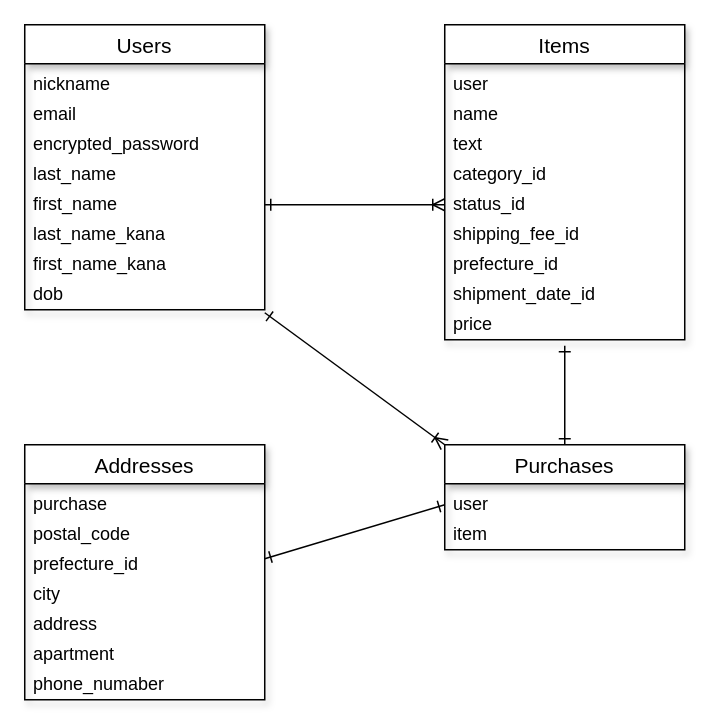
KR-117/furima-38268 keeps this draw.io diagram as furima-38268.dio. Above is the earlier version. Source tidied: cells renumbered, new cells numbered last; positions are measured from the earlier drawing's top-left corner, leaving out a move shared by most shapes. Both pictures are drawn from the tidied source at 150%, with x=0, y=0 at pixel (24, 24).
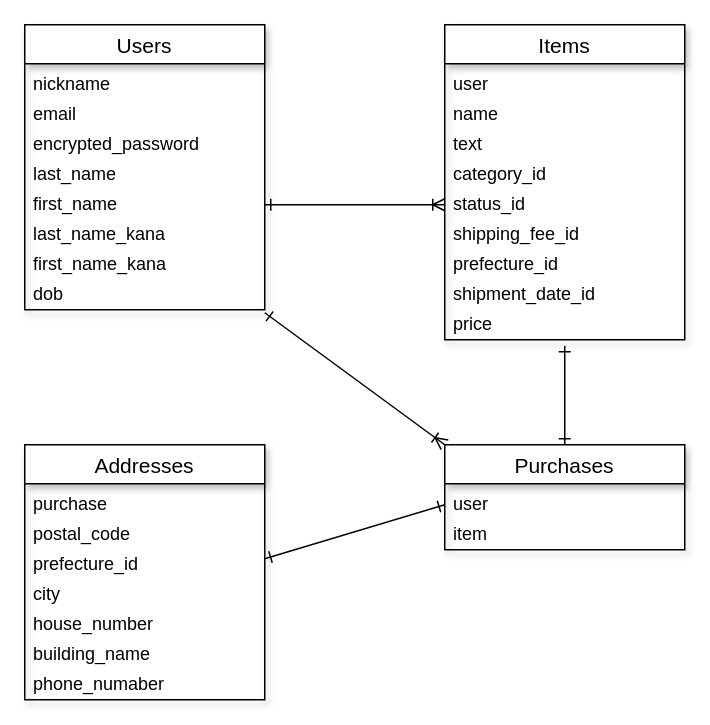
The same diagram, later.

The change refers to these unchanged cells:
```xml
<mxCell id="22" value="Addresses" style="swimlane;fontStyle=0;horizontal=1;startSize=26;align=center;fontSize=14;shadow=1;fillColor=default;" parent="1" vertex="1">
  <mxGeometry y="280" width="160" height="170" as="geometry" />
</mxCell>
```

Change to the diagram source:
```diff
@@
-    <mxCell id="27" value="address" style="text;strokeColor=none;fillColor=none;spacingLeft=4;spacingRight=4;overflow=hidden;fontSize=12;shadow=1;" parent="22" vertex="1">
+    <mxCell id="27" value="house_number" style="text;strokeColor=none;fillColor=none;spacingLeft=4;spacingRight=4;overflow=hidden;fontSize=12;shadow=1;" parent="22" vertex="1">
       <mxGeometry y="106" width="160" height="20" as="geometry" />
     </mxCell>
-    <mxCell id="28" value="apartment" style="text;strokeColor=none;fillColor=none;spacingLeft=4;spacingRight=4;overflow=hidden;fontSize=12;shadow=1;" parent="22" vertex="1">
+    <mxCell id="28" value="building_name" style="text;strokeColor=none;fillColor=none;spacingLeft=4;spacingRight=4;overflow=hidden;fontSize=12;shadow=1;" parent="22" vertex="1">
       <mxGeometry y="126" width="160" height="20" as="geometry" />
     </mxCell>
```
